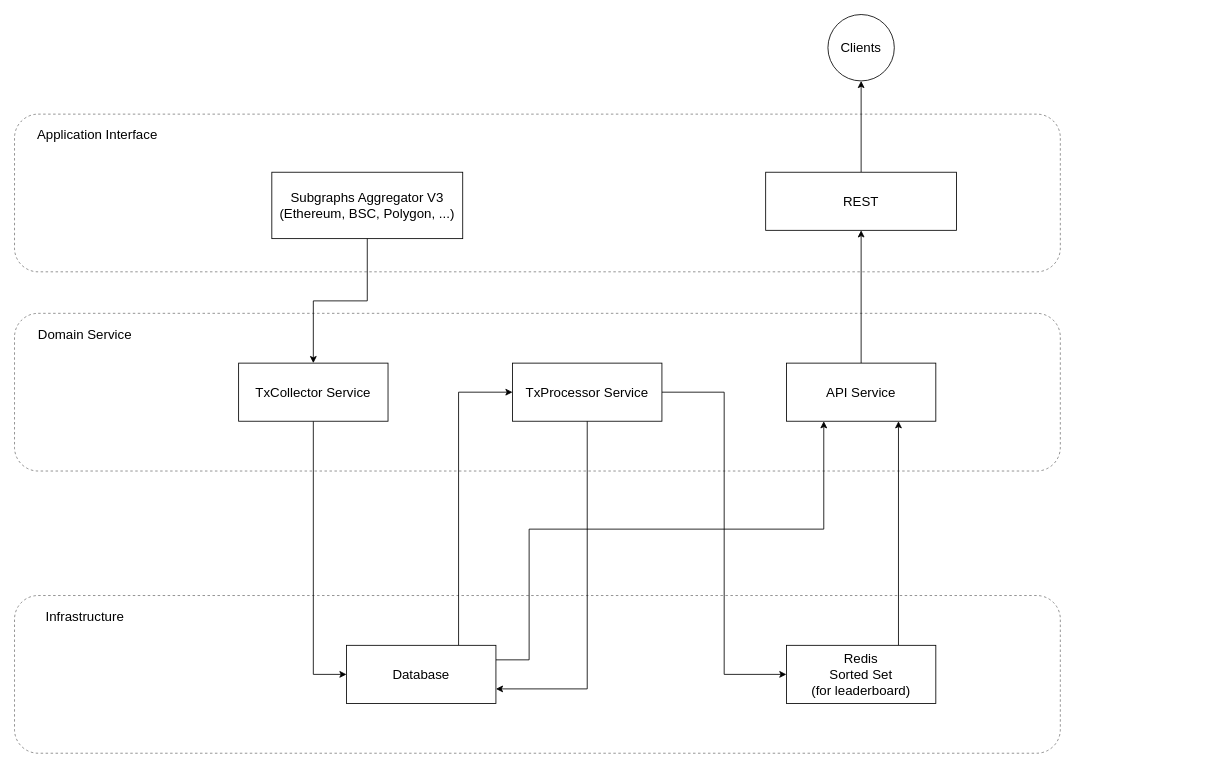
Before: Referral program v2 system components.drawio in piavgh/draw.io-data, a draw.io diagram. Source tidied: cells renumbered, new cells numbered last; positions are measured from the earlier drawing's top-left corner, leaving out a move shared by most shapes. Both pictures are drawn from the tidied source at 83%, with x=0, y=0 at pixel (14, 14).
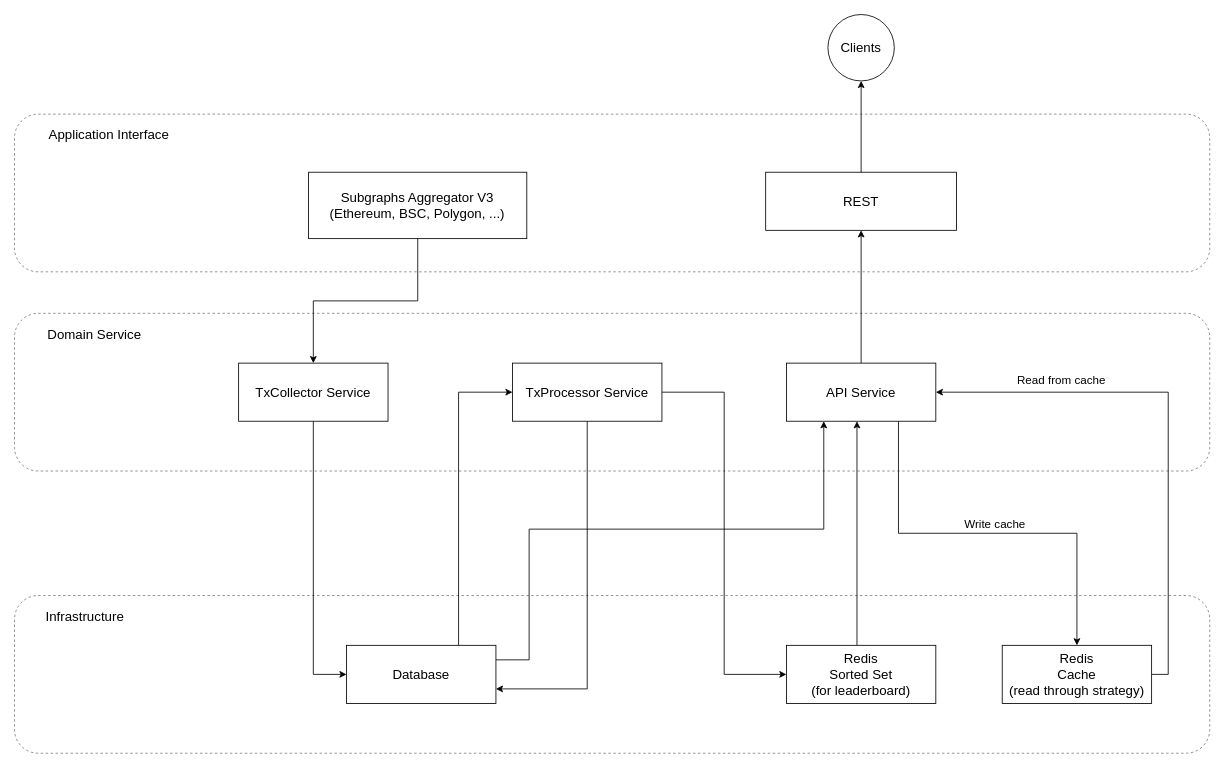
The same page after the edit.

Unchanged cells that the change refers to:
```xml
<mxCell id="18" value="API Service" style="rounded=0;whiteSpace=wrap;html=1;fontSize=16;" parent="1" vertex="1">
  <mxGeometry x="930" y="420" width="180" height="70" as="geometry" />
</mxCell>
<mxCell id="21" value="Redis&lt;br&gt;Sorted Set&lt;br&gt;(for leaderboard)" style="rounded=0;whiteSpace=wrap;html=1;fontSize=16;" parent="1" vertex="1">
  <mxGeometry x="930" y="760" width="180" height="70" as="geometry" />
</mxCell>
```

Diff of the diagram source:
```diff
@@
     <mxCell id="2" style="group;" parent="1" vertex="1">
-      <mxGeometry y="360" width="1260" height="190" as="geometry" />
+      <mxGeometry y="360" width="1440" height="190" as="geometry" />
     </mxCell>
     <mxCell id="3" style="rounded=1;whiteSpace=wrap;html=1;fontSize=16;dashed=1;fillOpacity=50;strokeOpacity=50;" parent="2" vertex="1">
-      <mxGeometry width="1260" height="190" as="geometry" />
+      <mxGeometry width="1440" height="190" as="geometry" />
     </mxCell>
     <mxCell id="4" value="Domain Service" style="text;html=1;strokeColor=none;fillColor=none;align=center;verticalAlign=middle;whiteSpace=wrap;rounded=0;dashed=1;fontSize=16;" parent="2" vertex="1">
-      <mxGeometry x="10" y="10" width="150" height="30" as="geometry" />
+      <mxGeometry x="11.4" y="10" width="171.4" height="30" as="geometry" />
     </mxCell>
     <mxCell id="5" style="group;" parent="1" vertex="1">
-      <mxGeometry y="120" width="1260" height="190" as="geometry" />
+      <mxGeometry y="120" width="1440" height="190" as="geometry" />
     </mxCell>
     <mxCell id="6" style="rounded=1;whiteSpace=wrap;html=1;fontSize=16;dashed=1;fillOpacity=50;strokeOpacity=50;" parent="5" vertex="1">
-      <mxGeometry width="1260" height="190" as="geometry" />
+      <mxGeometry width="1440" height="190" as="geometry" />
     </mxCell>
     <mxCell id="7" value="Application Interface" style="text;html=1;strokeColor=none;fillColor=none;align=center;verticalAlign=middle;whiteSpace=wrap;rounded=0;dashed=1;fontSize=16;" parent="5" vertex="1">
-      <mxGeometry x="10" y="10" width="180" height="30" as="geometry" />
+      <mxGeometry x="11.4" y="10" width="205.7" height="30" as="geometry" />
     </mxCell>
     <mxCell id="8" value="Subgraphs Aggregator V3&lt;br&gt;(Ethereum, BSC, Polygon, ...)" style="rounded=0;whiteSpace=wrap;html=1;fontSize=16;" parent="5" vertex="1">
-      <mxGeometry x="310" y="70" width="230" height="80" as="geometry" />
+      <mxGeometry x="354.3" y="70" width="262.9" height="80" as="geometry" />
     </mxCell>
     <mxCell id="9" style="rounded=1;whiteSpace=wrap;html=1;fontSize=16;dashed=1;fillOpacity=50;strokeOpacity=50;" parent="1" vertex="1">
-      <mxGeometry y="700" width="1260" height="190" as="geometry" />
+      <mxGeometry y="700" width="1440" height="190" as="geometry" />
     </mxCell>
@@
-    <mxCell id="16" style="edgeStyle=orthogonalEdgeStyle;rounded=0;jettySize=auto;html=1;exitX=0.75;exitY=1;exitDx=0;exitDy=0;entryX=0.75;entryY=0;entryDx=0;entryDy=0;fontSize=16;startArrow=classic;startFill=1;endArrow=none;endFill=0;" parent="1" edge="1" source="18" target="21">
-      <mxGeometry relative="1" as="geometry" />
+    <mxCell id="16" style="edgeStyle=orthogonalEdgeStyle;rounded=0;orthogonalLoop=1;jettySize=auto;html=1;exitX=0.75;exitY=1;exitDx=0;exitDy=0;entryX=0.75;entryY=0;entryDx=0;entryDy=0;fontSize=16;startArrow=classic;startFill=1;endArrow=none;endFill=0;" parent="1" edge="1">
+      <mxGeometry relative="1" as="geometry">
+        <mxPoint x="1015" y="490" as="sourcePoint" />
+        <mxPoint x="1015" y="760" as="targetPoint" />
+      </mxGeometry>
     </mxCell>
@@
+    <mxCell id="27" style="edgeStyle=orthogonalEdgeStyle;rounded=0;jettySize=auto;html=1;exitX=0.75;exitY=1;exitDx=0;exitDy=0;entryX=0.5;entryY=0;entryDx=0;entryDy=0;" parent="1" edge="1" source="18" target="31">
+      <mxGeometry relative="1" as="geometry" />
+    </mxCell>
+    <mxCell id="28" value="Write cache" style="edgeLabel;html=1;align=center;verticalAlign=middle;fontSize=14;" parent="27" vertex="1">
+      <mxGeometry x="-0.17" y="3" relative="1" as="geometry">
+        <mxPoint x="49" y="-9" as="offset" />
+      </mxGeometry>
+    </mxCell>
@@
+    <mxCell id="29" style="edgeStyle=orthogonalEdgeStyle;rounded=0;jettySize=auto;html=1;exitX=1;exitY=0.5;exitDx=0;exitDy=0;entryX=1;entryY=0.5;entryDx=0;entryDy=0;fontSize=14;" parent="1" edge="1" source="31" target="18">
+      <mxGeometry relative="1" as="geometry" />
+    </mxCell>
+    <mxCell id="30" value="Read from cache" style="edgeLabel;html=1;align=center;verticalAlign=middle;fontSize=14;" parent="29" vertex="1">
+      <mxGeometry x="0.75" relative="1" as="geometry">
+        <mxPoint x="70" y="-15" as="offset" />
+      </mxGeometry>
+    </mxCell>
+    <mxCell id="31" value="Redis&lt;br&gt;Cache&lt;br&gt;(read through strategy)" style="rounded=0;whiteSpace=wrap;html=1;fontSize=16;" parent="1" vertex="1">
+      <mxGeometry x="1190" y="760" width="180" height="70" as="geometry" />
+    </mxCell>
```
